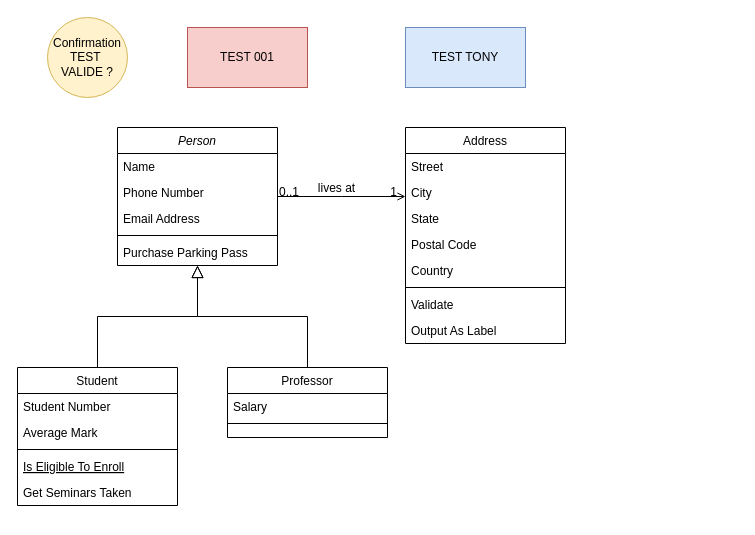
This is GestionEcoleUseCase.drawio from MelissaHOA/EXO_Gestion_Ecole, a draw.io file, before an edit. Source tidied: cells renumbered, new cells numbered last; positions are measured from the earlier drawing's top-left corner, leaving out a move shared by most shapes. Both pictures are drawn from the tidied source at 100%, with x=0, y=0 at pixel (17, 17).
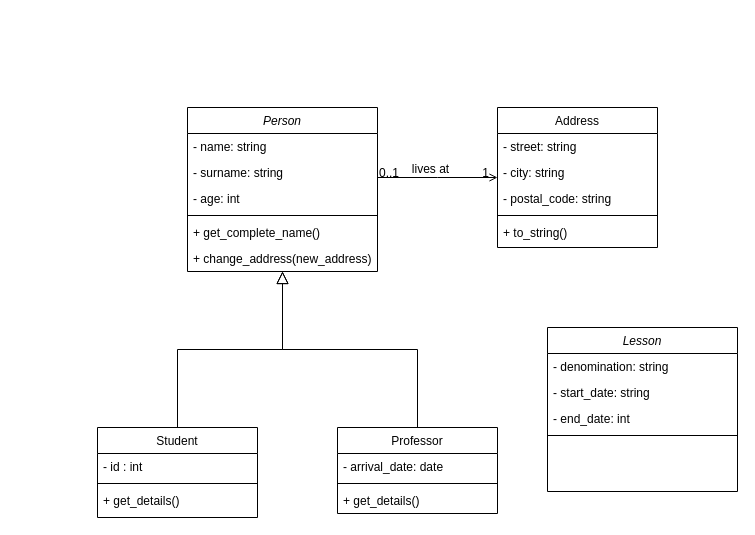
After the change.

Commit message:
Mettre à jour Gestion EcoleUseCase.drawio

Diff of the diagram source:
```diff
@@
     <mxCell id="2" value="Person" style="swimlane;fontStyle=2;align=center;verticalAlign=top;horizontal=1;startSize=26;rounded=0;shadow=0;strokeWidth=1;" parent="1" vertex="1">
-      <mxGeometry x="100" y="110" width="160" height="138" as="geometry" />
+      <mxGeometry x="170" y="90" width="190" height="164" as="geometry" />
     </mxCell>
-    <mxCell id="3" value="Name" style="text;align=left;verticalAlign=top;spacingLeft=4;spacingRight=4;overflow=hidden;" parent="2" vertex="1">
-      <mxGeometry y="26" width="160" height="26" as="geometry" />
+    <mxCell id="3" value="- name: string" style="text;align=left;verticalAlign=top;spacingLeft=4;spacingRight=4;overflow=hidden;" parent="2" vertex="1">
+      <mxGeometry y="26" width="190" height="26" as="geometry" />
     </mxCell>
-    <mxCell id="4" value="Phone Number" style="text;align=left;verticalAlign=top;spacingLeft=4;spacingRight=4;overflow=hidden;rounded=0;shadow=0;html=0;" parent="2" vertex="1">
-      <mxGeometry y="52" width="160" height="26" as="geometry" />
+    <mxCell id="4" value="- surname: string" style="text;align=left;verticalAlign=top;spacingLeft=4;spacingRight=4;overflow=hidden;rounded=0;shadow=0;html=0;" parent="2" vertex="1">
+      <mxGeometry y="52" width="190" height="26" as="geometry" />
     </mxCell>
-    <mxCell id="5" value="Email Address" style="text;align=left;verticalAlign=top;spacingLeft=4;spacingRight=4;overflow=hidden;rounded=0;shadow=0;html=0;" parent="2" vertex="1">
-      <mxGeometry y="78" width="160" height="26" as="geometry" />
+    <mxCell id="5" value="- age: int" style="text;align=left;verticalAlign=top;spacingLeft=4;spacingRight=4;overflow=hidden;rounded=0;shadow=0;html=0;" parent="2" vertex="1">
+      <mxGeometry y="78" width="190" height="26" as="geometry" />
     </mxCell>
     <mxCell id="6" style="line;html=1;strokeWidth=1;align=left;verticalAlign=middle;spacingTop=-1;spacingLeft=3;spacingRight=3;labelPosition=right;" parent="2" vertex="1">
-      <mxGeometry y="104" width="160" height="8" as="geometry" />
+      <mxGeometry y="104" width="190" height="8" as="geometry" />
     </mxCell>
-    <mxCell id="7" value="Purchase Parking Pass" style="text;align=left;verticalAlign=top;spacingLeft=4;spacingRight=4;overflow=hidden;" parent="2" vertex="1">
-      <mxGeometry y="112" width="160" height="26" as="geometry" />
+    <mxCell id="7" value="+ get_complete_name()" style="text;align=left;verticalAlign=top;spacingLeft=4;spacingRight=4;overflow=hidden;" parent="2" vertex="1">
+      <mxGeometry y="112" width="190" height="26" as="geometry" />
     </mxCell>
+    <mxCell id="35" value="+ change_address(new_address)" style="text;align=left;verticalAlign=top;spacingLeft=4;spacingRight=4;overflow=hidden;" parent="2" vertex="1">
+      <mxGeometry y="138" width="190" height="26" as="geometry" />
+    </mxCell>
     <mxCell id="8" value="Student" style="swimlane;fontStyle=0;align=center;verticalAlign=top;horizontal=1;startSize=26;rounded=0;shadow=0;strokeWidth=1;" parent="1" vertex="1">
-      <mxGeometry y="350" width="160" height="138" as="geometry" />
+      <mxGeometry x="80" y="410" width="160" height="90" as="geometry" />
     </mxCell>
-    <mxCell id="9" value="Student Number" style="text;align=left;verticalAlign=top;spacingLeft=4;spacingRight=4;overflow=hidden;" parent="8" vertex="1">
+    <mxCell id="9" value="- id : int" style="text;align=left;verticalAlign=top;spacingLeft=4;spacingRight=4;overflow=hidden;" parent="8" vertex="1">
       <mxGeometry y="26" width="160" height="26" as="geometry" />
     </mxCell>
-    <mxCell id="10" value="Average Mark" style="text;align=left;verticalAlign=top;spacingLeft=4;spacingRight=4;overflow=hidden;rounded=0;shadow=0;html=0;" parent="8" vertex="1">
-      <mxGeometry y="52" width="160" height="26" as="geometry" />
-    </mxCell>
     <mxCell id="11" style="line;html=1;strokeWidth=1;align=left;verticalAlign=middle;spacingTop=-1;spacingLeft=3;spacingRight=3;labelPosition=right;" parent="8" vertex="1">
-      <mxGeometry y="78" width="160" height="8" as="geometry" />
+      <mxGeometry y="52" width="160" height="8" as="geometry" />
     </mxCell>
-    <mxCell id="12" value="Is Eligible To Enroll" style="text;align=left;verticalAlign=top;spacingLeft=4;spacingRight=4;overflow=hidden;fontStyle=4;" parent="8" vertex="1">
-      <mxGeometry y="86" width="160" height="26" as="geometry" />
-    </mxCell>
-    <mxCell id="13" value="Get Seminars Taken" style="text;align=left;verticalAlign=top;spacingLeft=4;spacingRight=4;overflow=hidden;" parent="8" vertex="1">
-      <mxGeometry y="112" width="160" height="26" as="geometry" />
-    </mxCell>
+    <mxCell id="36" value="+ get_details()" style="text;align=left;verticalAlign=top;spacingLeft=4;spacingRight=4;overflow=hidden;" parent="8" vertex="1">
+      <mxGeometry y="60" width="160" height="26" as="geometry" />
+    </mxCell>
@@
     <mxCell id="15" value="Professor" style="swimlane;fontStyle=0;align=center;verticalAlign=top;horizontal=1;startSize=26;rounded=0;shadow=0;strokeWidth=1;" parent="1" vertex="1">
-      <mxGeometry x="210" y="350" width="160" height="70" as="geometry" />
+      <mxGeometry x="320" y="410" width="160" height="86" as="geometry" />
     </mxCell>
-    <mxCell id="16" value="Salary" style="text;align=left;verticalAlign=top;spacingLeft=4;spacingRight=4;overflow=hidden;" parent="15" vertex="1">
+    <mxCell id="16" value="- arrival_date: date" style="text;align=left;verticalAlign=top;spacingLeft=4;spacingRight=4;overflow=hidden;" parent="15" vertex="1">
       <mxGeometry y="26" width="160" height="26" as="geometry" />
     </mxCell>
@@
+    <mxCell id="37" value="+ get_details()" style="text;align=left;verticalAlign=top;spacingLeft=4;spacingRight=4;overflow=hidden;" parent="15" vertex="1">
+      <mxGeometry y="60" width="160" height="26" as="geometry" />
+    </mxCell>
@@
     <mxCell id="19" value="Address" style="swimlane;fontStyle=0;align=center;verticalAlign=top;horizontal=1;startSize=26;rounded=0;shadow=0;strokeWidth=1;" parent="1" vertex="1">
-      <mxGeometry x="388" y="110" width="160" height="216" as="geometry" />
+      <mxGeometry x="480" y="90" width="160" height="140" as="geometry" />
     </mxCell>
-    <mxCell id="20" value="Street" style="text;align=left;verticalAlign=top;spacingLeft=4;spacingRight=4;overflow=hidden;" parent="19" vertex="1">
+    <mxCell id="20" value="- street: string" style="text;align=left;verticalAlign=top;spacingLeft=4;spacingRight=4;overflow=hidden;" parent="19" vertex="1">
       <mxGeometry y="26" width="160" height="26" as="geometry" />
     </mxCell>
-    <mxCell id="21" value="City" style="text;align=left;verticalAlign=top;spacingLeft=4;spacingRight=4;overflow=hidden;rounded=0;shadow=0;html=0;" parent="19" vertex="1">
+    <mxCell id="21" value="- city: string" style="text;align=left;verticalAlign=top;spacingLeft=4;spacingRight=4;overflow=hidden;rounded=0;shadow=0;html=0;" parent="19" vertex="1">
       <mxGeometry y="52" width="160" height="26" as="geometry" />
     </mxCell>
-    <mxCell id="22" value="State" style="text;align=left;verticalAlign=top;spacingLeft=4;spacingRight=4;overflow=hidden;rounded=0;shadow=0;html=0;" parent="19" vertex="1">
-      <mxGeometry y="78" width="160" height="26" as="geometry" />
-    </mxCell>
-    <mxCell id="23" value="Postal Code" style="text;align=left;verticalAlign=top;spacingLeft=4;spacingRight=4;overflow=hidden;rounded=0;shadow=0;html=0;" parent="19" vertex="1">
-      <mxGeometry y="104" width="160" height="26" as="geometry" />
+    <mxCell id="23" value="- postal_code: string" style="text;align=left;verticalAlign=top;spacingLeft=4;spacingRight=4;overflow=hidden;rounded=0;shadow=0;html=0;" parent="19" vertex="1">
+      <mxGeometry y="78" width="160" height="26" as="geometry" />
     </mxCell>
-    <mxCell id="24" value="Country" style="text;align=left;verticalAlign=top;spacingLeft=4;spacingRight=4;overflow=hidden;rounded=0;shadow=0;html=0;" parent="19" vertex="1">
-      <mxGeometry y="130" width="160" height="26" as="geometry" />
-    </mxCell>
     <mxCell id="25" style="line;html=1;strokeWidth=1;align=left;verticalAlign=middle;spacingTop=-1;spacingLeft=3;spacingRight=3;labelPosition=right;" parent="19" vertex="1">
-      <mxGeometry y="156" width="160" height="8" as="geometry" />
+      <mxGeometry y="104" width="160" height="8" as="geometry" />
     </mxCell>
-    <mxCell id="26" value="Validate" style="text;align=left;verticalAlign=top;spacingLeft=4;spacingRight=4;overflow=hidden;" parent="19" vertex="1">
-      <mxGeometry y="164" width="160" height="26" as="geometry" />
-    </mxCell>
-    <mxCell id="27" value="Output As Label" style="text;align=left;verticalAlign=top;spacingLeft=4;spacingRight=4;overflow=hidden;" parent="19" vertex="1">
-      <mxGeometry y="190" width="160" height="26" as="geometry" />
+    <mxCell id="27" value="+ to_string()" style="text;align=left;verticalAlign=top;spacingLeft=4;spacingRight=4;overflow=hidden;" parent="19" vertex="1">
+      <mxGeometry y="112" width="160" height="26" as="geometry" />
     </mxCell>
@@
-    <mxCell id="32" value="TEST 001" style="rounded=0;whiteSpace=wrap;html=1;fillColor=#f8cecc;strokeColor=#b85450;" parent="1" vertex="1">
-      <mxGeometry x="170" y="10" width="120" height="60" as="geometry" />
-    </mxCell>
-    <mxCell id="33" value="TEST TONY" style="rounded=0;whiteSpace=wrap;html=1;fillColor=#dae8fc;strokeColor=#6c8ebf;" parent="1" vertex="1">
-      <mxGeometry x="388" y="10" width="120" height="60" as="geometry" />
-    </mxCell>
-    <mxCell id="34" value="Confirmation TEST&amp;nbsp;&lt;div&gt;VALIDE ?&lt;/div&gt;" style="ellipse;whiteSpace=wrap;html=1;fillColor=#fff2cc;strokeColor=#d6b656;" parent="1" vertex="1">
-      <mxGeometry x="30" width="80" height="80" as="geometry" />
-    </mxCell>
+    <mxCell id="38" value="Lesson" style="swimlane;fontStyle=2;align=center;verticalAlign=top;horizontal=1;startSize=26;rounded=0;shadow=0;strokeWidth=1;" parent="1" vertex="1">
+      <mxGeometry x="530" y="310" width="190" height="164" as="geometry" />
+    </mxCell>
+    <mxCell id="39" value="- denomination: string" style="text;align=left;verticalAlign=top;spacingLeft=4;spacingRight=4;overflow=hidden;" parent="38" vertex="1">
+      <mxGeometry y="26" width="190" height="26" as="geometry" />
+    </mxCell>
+    <mxCell id="40" value="- start_date: string" style="text;align=left;verticalAlign=top;spacingLeft=4;spacingRight=4;overflow=hidden;rounded=0;shadow=0;html=0;" parent="38" vertex="1">
+      <mxGeometry y="52" width="190" height="26" as="geometry" />
+    </mxCell>
+    <mxCell id="41" value="- end_date: int" style="text;align=left;verticalAlign=top;spacingLeft=4;spacingRight=4;overflow=hidden;rounded=0;shadow=0;html=0;" parent="38" vertex="1">
+      <mxGeometry y="78" width="190" height="26" as="geometry" />
+    </mxCell>
+    <mxCell id="42" style="line;html=1;strokeWidth=1;align=left;verticalAlign=middle;spacingTop=-1;spacingLeft=3;spacingRight=3;labelPosition=right;" parent="38" vertex="1">
+      <mxGeometry y="104" width="190" height="8" as="geometry" />
+    </mxCell>
```
